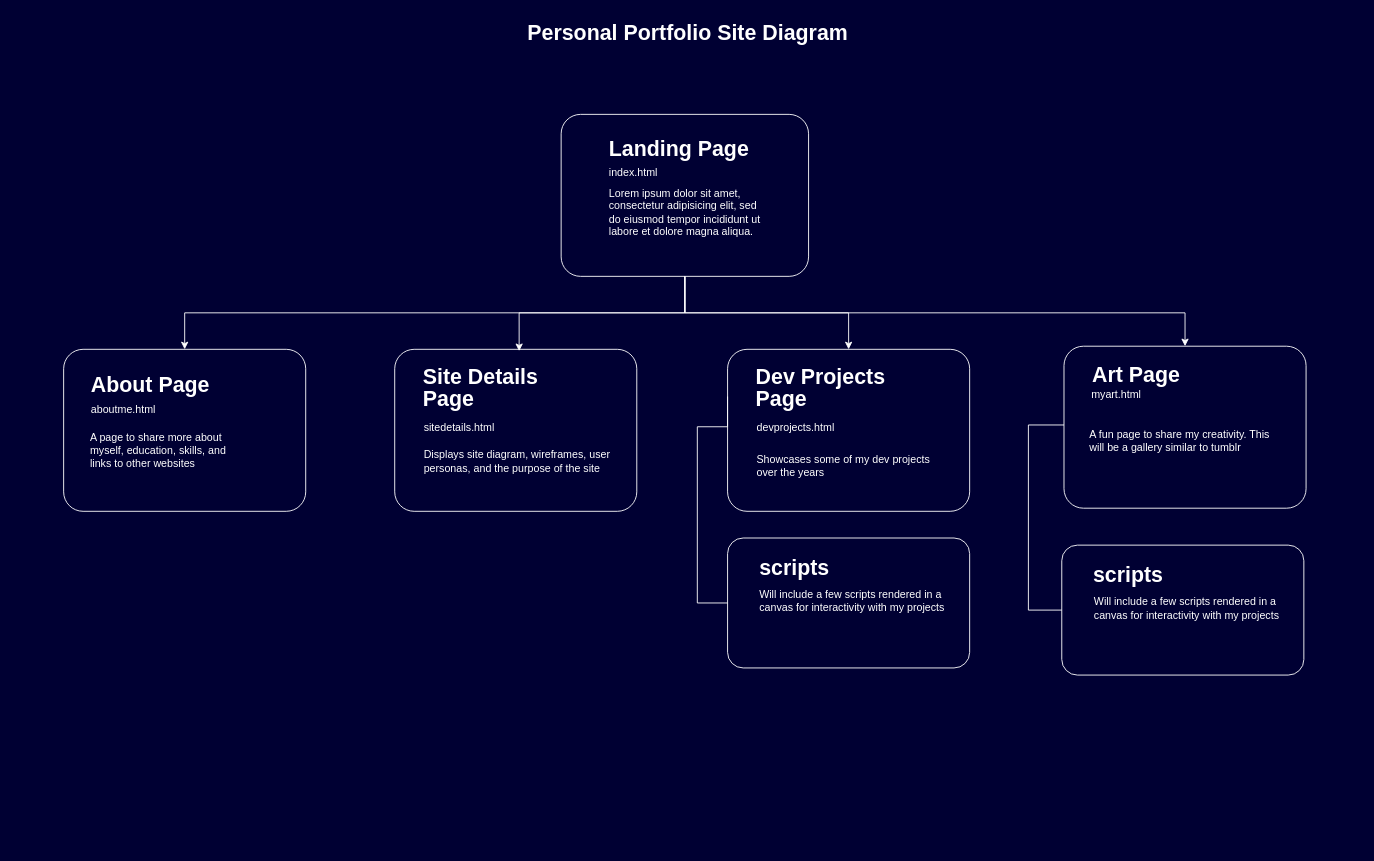
This is SiteDiagram.drawio from will-loves-coding82/PersonalPortfolio, a draw.io file, before an edit. Source tidied: cells renumbered, new cells numbered last; positions are measured from the earlier drawing's top-left corner, leaving out a move shared by most shapes. Both pictures are drawn from the tidied source at 89%, with x=0, y=0 at pixel (15, 15).
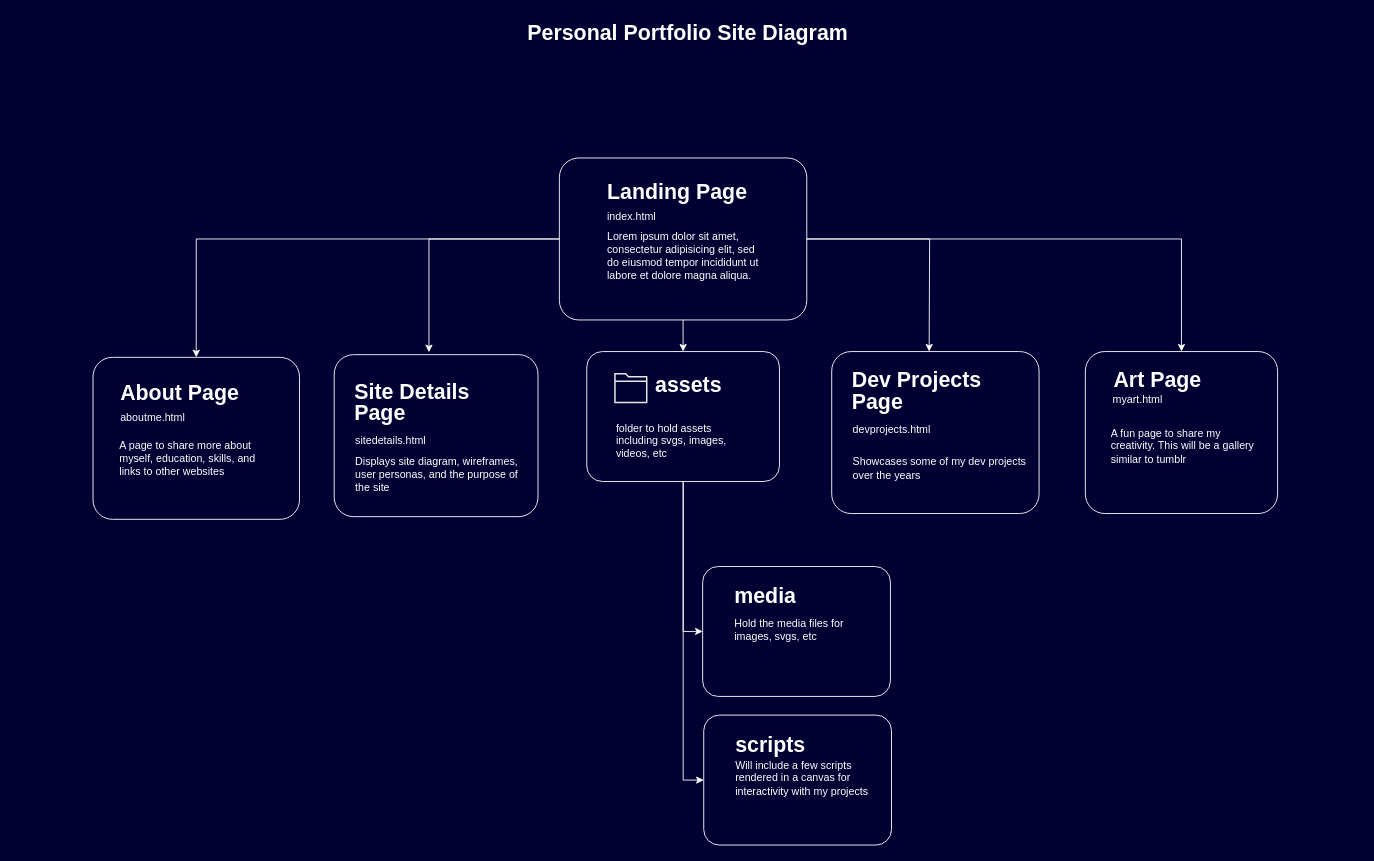
The same diagram, later.

What changed in the source:
```diff
@@
+    <mxCell id="4" style="edgeStyle=orthogonalEdgeStyle;rounded=0;jettySize=auto;html=1;entryX=0.5;entryY=0;entryDx=0;entryDy=0;strokeColor=#FFFFFF;" parent="1" edge="1" source="6" target="17">
+      <mxGeometry relative="1" as="geometry">
+        <Array as="points">
+          <mxPoint x="841" y="250" />
+          <mxPoint x="1247" y="251" />
+        </Array>
+      </mxGeometry>
+    </mxCell>
-    <mxCell id="3" style="edgeStyle=orthogonalEdgeStyle;rounded=0;jettySize=auto;html=1;entryX=0.5;entryY=0;entryDx=0;entryDy=0;exitX=0.5;exitY=1;exitDx=0;exitDy=0;strokeColor=#FFFFFF;" parent="1" edge="1" source="6" target="8">
+    <mxCell id="3" style="edgeStyle=orthogonalEdgeStyle;rounded=0;jettySize=auto;html=1;entryX=0.5;entryY=0;entryDx=0;entryDy=0;strokeColor=#FFFFFF;" parent="1" edge="1" source="6" target="8">
       <mxGeometry relative="1" as="geometry" />
     </mxCell>
-    <mxCell id="4" style="edgeStyle=orthogonalEdgeStyle;rounded=0;jettySize=auto;html=1;entryX=0.5;entryY=0;entryDx=0;entryDy=0;exitX=0.5;exitY=1;exitDx=0;exitDy=0;fontColor=#FFFFFF;strokeColor=#FFFFFF;" parent="1" edge="1" source="6" target="17">
-      <mxGeometry relative="1" as="geometry">
-        <Array as="points">
-          <mxPoint x="752" y="334" />
-          <mxPoint x="1314" y="334" />
-        </Array>
-      </mxGeometry>
-    </mxCell>
-    <mxCell id="5" style="edgeStyle=orthogonalEdgeStyle;rounded=0;jettySize=auto;html=1;entryX=0.5;entryY=0;entryDx=0;entryDy=0;strokeColor=#FFFFFF;" parent="1" edge="1" source="6" target="21">
-      <mxGeometry relative="1" as="geometry" />
-    </mxCell>
+    <mxCell id="14" style="edgeStyle=orthogonalEdgeStyle;rounded=0;jettySize=auto;html=1;entryX=0.465;entryY=-0.015;entryDx=0;entryDy=0;entryPerimeter=0;strokeColor=#FFFFFF;" parent="1" edge="1" source="6" target="12">
+      <mxGeometry relative="1" as="geometry" />
+    </mxCell>
+    <mxCell id="32" style="edgeStyle=orthogonalEdgeStyle;rounded=0;jettySize=auto;html=1;entryX=0.5;entryY=0;entryDx=0;entryDy=0;strokeColor=#FFFFFF;" parent="1" edge="1" source="6">
+      <mxGeometry relative="1" as="geometry">
+        <mxPoint x="1026.5" y="377.5" as="targetPoint" />
+      </mxGeometry>
+    </mxCell>
+    <mxCell id="33" style="edgeStyle=orthogonalEdgeStyle;rounded=0;jettySize=auto;html=1;strokeColor=#FFFFFF;" parent="1" edge="1" source="6" target="36">
+      <mxGeometry relative="1" as="geometry" />
+    </mxCell>
     <mxCell id="6" style="rounded=1;whiteSpace=wrap;html=1;fillColor=none;arcSize=12;strokeColor=#FFFFFF;" parent="1" vertex="1">
-      <mxGeometry x="613" y="111" width="278" height="182" as="geometry" />
+      <mxGeometry x="611" y="160" width="278" height="182" as="geometry" />
     </mxCell>
     <mxCell id="7" value="&lt;p style=&quot;line-height: 70%;&quot;&gt;&lt;/p&gt;&lt;h1 style=&quot;line-height: 60%;&quot;&gt;&lt;font color=&quot;#ffffff&quot;&gt;Landing Page&lt;/font&gt;&lt;/h1&gt;&lt;div style=&quot;line-height: 60%;&quot;&gt;&lt;font color=&quot;#ffffff&quot;&gt;index.html&lt;/font&gt;&lt;/div&gt;&lt;p&gt;&lt;font color=&quot;#ffffff&quot;&gt;Lorem ipsum dolor sit amet, consectetur adipisicing elit, sed do eiusmod tempor incididunt ut labore et dolore magna aliqua.&lt;/font&gt;&lt;/p&gt;&lt;p&gt;&lt;/p&gt;" style="text;html=1;strokeColor=none;fillColor=none;spacing=5;spacingTop=-20;whiteSpace=wrap;overflow=hidden;rounded=0;" parent="1" vertex="1">
-      <mxGeometry x="662" y="137" width="190" height="120" as="geometry" />
+      <mxGeometry x="660" y="186" width="190" height="120" as="geometry" />
     </mxCell>
     <mxCell id="8" style="rounded=1;whiteSpace=wrap;html=1;fillColor=none;arcSize=12;strokeColor=#FFFFFF;" parent="1" vertex="1">
-      <mxGeometry x="54" y="375" width="272" height="182" as="geometry" />
+      <mxGeometry x="87" y="384" width="232" height="182" as="geometry" />
     </mxCell>
     <mxCell id="9" value="&lt;p style=&quot;line-height: 70%;&quot;&gt;&lt;/p&gt;&lt;h1 style=&quot;line-height: 60%;&quot;&gt;&lt;font color=&quot;#ffffff&quot;&gt;About Page&lt;/font&gt;&lt;/h1&gt;&lt;div style=&quot;line-height: 60%;&quot;&gt;&lt;font color=&quot;#ffffff&quot;&gt;aboutme.html&lt;/font&gt;&lt;/div&gt;&lt;p&gt;&lt;br&gt;&lt;/p&gt;&lt;p&gt;&lt;/p&gt;" style="text;html=1;strokeColor=none;fillColor=none;spacing=5;spacingTop=-20;whiteSpace=wrap;overflow=hidden;rounded=0;" parent="1" vertex="1">
-      <mxGeometry x="80" y="402.5" width="190" height="55.5" as="geometry" />
+      <mxGeometry x="113" y="411.5" width="190" height="55.5" as="geometry" />
     </mxCell>
-    <mxCell id="10" style="edgeStyle=orthogonalEdgeStyle;rounded=0;jettySize=auto;html=1;exitX=0;exitY=0.5;exitDx=0;exitDy=0;strokeColor=#FFFFFF;endArrow=none;endFill=0;" parent="1" edge="1" target="11">
-      <mxGeometry relative="1" as="geometry">
-        <mxPoint x="800" y="428" as="sourcePoint" />
-        <Array as="points">
-          <mxPoint x="800" y="462" />
-          <mxPoint x="766" y="462" />
-          <mxPoint x="766" y="660" />
-        </Array>
-      </mxGeometry>
-    </mxCell>
     <mxCell id="11" style="rounded=1;whiteSpace=wrap;html=1;fillColor=none;arcSize=12;strokeColor=#FFFFFF;" parent="1" vertex="1">
-      <mxGeometry x="800" y="587" width="272" height="146" as="geometry" />
+      <mxGeometry x="772" y="619" width="211" height="146" as="geometry" />
     </mxCell>
     <mxCell id="12" style="rounded=1;whiteSpace=wrap;html=1;fillColor=none;arcSize=12;strokeColor=#FFFFFF;" parent="1" vertex="1">
-      <mxGeometry x="426" y="375" width="272" height="182" as="geometry" />
+      <mxGeometry x="358" y="381" width="229" height="182" as="geometry" />
     </mxCell>
     <mxCell id="13" value="&lt;p style=&quot;line-height: 70%;&quot;&gt;&lt;/p&gt;&lt;h1 style=&quot;line-height: 100%;&quot;&gt;&lt;font color=&quot;#ffffff&quot;&gt;Site Details Page&lt;/font&gt;&lt;/h1&gt;&lt;p&gt;&lt;/p&gt;" style="text;html=1;strokeColor=none;fillColor=none;spacing=5;spacingTop=-20;whiteSpace=wrap;overflow=hidden;rounded=0;" parent="1" vertex="1">
-      <mxGeometry x="452.5" y="389" width="195" height="63" as="geometry" />
+      <mxGeometry x="376" y="404.5" width="195" height="63" as="geometry" />
     </mxCell>
-    <mxCell id="14" style="edgeStyle=orthogonalEdgeStyle;rounded=0;jettySize=auto;html=1;exitX=0.5;exitY=1;exitDx=0;exitDy=0;entryX=0.514;entryY=0.011;entryDx=0;entryDy=0;entryPerimeter=0;strokeColor=#FFFFFF;" parent="1" edge="1" source="6" target="12">
-      <mxGeometry relative="1" as="geometry" />
-    </mxCell>
     <mxCell id="15" value="&lt;font color=&quot;#ffffff&quot;&gt;Displays site diagram, wireframes, user personas, and the purpose of the site&lt;/font&gt;" style="text;html=1;strokeColor=none;fillColor=none;align=left;verticalAlign=middle;whiteSpace=wrap;rounded=0;" parent="1" vertex="1">
-      <mxGeometry x="456.5" y="484" width="214" height="33" as="geometry" />
+      <mxGeometry x="380" y="499.5" width="197" height="33" as="geometry" />
     </mxCell>
     <mxCell id="16" value="&lt;font color=&quot;#ffffff&quot;&gt;sitedetails.html&lt;/font&gt;" style="text;html=1;strokeColor=none;fillColor=none;align=left;verticalAlign=middle;whiteSpace=wrap;rounded=0;" parent="1" vertex="1">
-      <mxGeometry x="456.5" y="452" width="93" height="21" as="geometry" />
+      <mxGeometry x="380" y="467.5" width="93" height="21" as="geometry" />
     </mxCell>
     <mxCell id="17" style="rounded=1;whiteSpace=wrap;html=1;fillColor=none;arcSize=12;strokeColor=#FFFFFF;" parent="1" vertex="1">
-      <mxGeometry x="1178" y="371.5" width="272" height="182" as="geometry" />
+      <mxGeometry x="1202" y="377.5" width="216" height="182" as="geometry" />
     </mxCell>
     <mxCell id="18" value="&lt;p style=&quot;line-height: 70%;&quot;&gt;&lt;/p&gt;&lt;h1 style=&quot;line-height: 100%;&quot;&gt;&lt;font color=&quot;#ffffff&quot;&gt;Art Page&lt;/font&gt;&lt;/h1&gt;&lt;p&gt;&lt;/p&gt;" style="text;html=1;strokeColor=none;fillColor=none;spacing=5;spacingTop=-20;whiteSpace=wrap;overflow=hidden;rounded=0;" parent="1" vertex="1">
-      <mxGeometry x="1204.5" y="385.5" width="195" height="38.5" as="geometry" />
+      <mxGeometry x="1228.5" y="391.5" width="195" height="38.5" as="geometry" />
     </mxCell>
     <mxCell id="19" value="&lt;font color=&quot;#ffffff&quot;&gt;A fun page to share my creativity. This will be a gallery similar to tumblr&lt;/font&gt;" style="text;html=1;strokeColor=none;fillColor=none;align=left;verticalAlign=middle;whiteSpace=wrap;rounded=0;" parent="1" vertex="1">
-      <mxGeometry x="1204.5" y="452" width="214" height="52" as="geometry" />
+      <mxGeometry x="1228.5" y="458" width="171.5" height="52" as="geometry" />
     </mxCell>
     <mxCell id="20" value="&lt;font color=&quot;#ffffff&quot;&gt;myart.html&lt;/font&gt;" style="text;html=1;strokeColor=none;fillColor=none;align=left;verticalAlign=middle;whiteSpace=wrap;rounded=0;" parent="1" vertex="1">
-      <mxGeometry x="1207" y="415" width="93" height="21" as="geometry" />
+      <mxGeometry x="1231" y="421" width="93" height="21" as="geometry" />
     </mxCell>
     <mxCell id="21" style="rounded=1;whiteSpace=wrap;html=1;fillColor=none;arcSize=12;strokeColor=#FFFFFF;" parent="1" vertex="1">
-      <mxGeometry x="800" y="375" width="272" height="182" as="geometry" />
+      <mxGeometry x="917" y="377.5" width="233" height="182" as="geometry" />
     </mxCell>
     <mxCell id="22" value="&lt;p style=&quot;line-height: 70%;&quot;&gt;&lt;/p&gt;&lt;h1 style=&quot;line-height: 100%;&quot;&gt;&lt;span style=&quot;color: rgb(255, 255, 255); background-color: initial;&quot;&gt;Dev Projects Page&lt;/span&gt;&lt;/h1&gt;&lt;h1 style=&quot;line-height: 60%;&quot;&gt;&lt;br&gt;&lt;/h1&gt;&lt;p&gt;&lt;/p&gt;" style="text;html=1;strokeColor=none;fillColor=none;spacing=5;spacingTop=-20;whiteSpace=wrap;overflow=hidden;rounded=0;" parent="1" vertex="1">
-      <mxGeometry x="826.5" y="389" width="195" height="63" as="geometry" />
+      <mxGeometry x="934.5" y="391.5" width="195" height="63" as="geometry" />
     </mxCell>
     <mxCell id="23" value="&lt;font color=&quot;#ffffff&quot;&gt;Showcases some of my dev projects over the years&lt;/font&gt;" style="text;html=1;strokeColor=none;fillColor=none;align=left;verticalAlign=middle;whiteSpace=wrap;rounded=0;" parent="1" vertex="1">
-      <mxGeometry x="830.5" y="480" width="214" height="52" as="geometry" />
+      <mxGeometry x="938.5" y="482.5" width="214" height="52" as="geometry" />
     </mxCell>
     <mxCell id="24" value="&lt;font color=&quot;#ffffff&quot;&gt;devprojects.html&lt;/font&gt;" style="text;html=1;strokeColor=none;fillColor=none;align=left;verticalAlign=middle;whiteSpace=wrap;rounded=0;" parent="1" vertex="1">
-      <mxGeometry x="830.5" y="452" width="93" height="21" as="geometry" />
+      <mxGeometry x="938.5" y="454.5" width="93" height="21" as="geometry" />
     </mxCell>
-    <mxCell id="25" value="&lt;p style=&quot;line-height: 70%;&quot;&gt;&lt;/p&gt;&lt;h1 style=&quot;line-height: 100%;&quot;&gt;&lt;font color=&quot;#ffffff&quot;&gt;scripts&lt;/font&gt;&lt;/h1&gt;&lt;p&gt;&lt;/p&gt;" style="text;html=1;strokeColor=none;fillColor=none;spacing=5;spacingTop=-20;whiteSpace=wrap;overflow=hidden;rounded=0;" parent="1" vertex="1">
-      <mxGeometry x="830.5" y="603" width="195" height="33" as="geometry" />
+    <mxCell id="25" value="&lt;p style=&quot;line-height: 70%;&quot;&gt;&lt;/p&gt;&lt;h1 style=&quot;line-height: 100%;&quot;&gt;&lt;font color=&quot;#ffffff&quot;&gt;media&lt;/font&gt;&lt;/h1&gt;&lt;p&gt;&lt;/p&gt;" style="text;html=1;strokeColor=none;fillColor=none;spacing=5;spacingTop=-20;whiteSpace=wrap;overflow=hidden;rounded=0;" parent="1" vertex="1">
+      <mxGeometry x="802.5" y="635" width="101.5" height="33" as="geometry" />
     </mxCell>
-    <mxCell id="26" value="&lt;font color=&quot;#ffffff&quot;&gt;Will include a few scripts rendered in a canvas for interactivity with my projects&lt;/font&gt;" style="text;html=1;strokeColor=none;fillColor=none;align=left;verticalAlign=middle;whiteSpace=wrap;rounded=0;" parent="1" vertex="1">
-      <mxGeometry x="834" y="632" width="214" height="52" as="geometry" />
+    <mxCell id="26" value="&lt;font color=&quot;#ffffff&quot;&gt;Hold the media files for images, svgs, etc&lt;/font&gt;" style="text;html=1;strokeColor=none;fillColor=none;align=left;verticalAlign=middle;whiteSpace=wrap;rounded=0;" parent="1" vertex="1">
+      <mxGeometry x="806" y="664" width="160" height="52" as="geometry" />
     </mxCell>
-    <mxCell id="27" style="edgeStyle=orthogonalEdgeStyle;rounded=0;jettySize=auto;html=1;strokeColor=#FFFFFF;endArrow=none;endFill=0;entryX=0;entryY=0.5;entryDx=0;entryDy=0;" parent="1" edge="1" target="28">
-      <mxGeometry relative="1" as="geometry">
-        <mxPoint x="1178" y="460" as="sourcePoint" />
-        <Array as="points">
-          <mxPoint x="1138" y="460" />
-          <mxPoint x="1138" y="668" />
-        </Array>
-      </mxGeometry>
-    </mxCell>
-    <mxCell id="28" style="rounded=1;whiteSpace=wrap;html=1;fillColor=none;arcSize=12;strokeColor=#FFFFFF;" parent="1" vertex="1">
-      <mxGeometry x="1175.5" y="595" width="272" height="146" as="geometry" />
-    </mxCell>
+    <mxCell id="31" value="&lt;font color=&quot;#ffffff&quot;&gt;A page to share more about myself, education, skills, and links to other websites&lt;/font&gt;" style="text;html=1;strokeColor=none;fillColor=none;align=left;verticalAlign=middle;whiteSpace=wrap;rounded=0;" parent="1" vertex="1">
+      <mxGeometry x="115" y="483" width="166" height="30" as="geometry" />
+    </mxCell>
+    <mxCell id="34" style="edgeStyle=orthogonalEdgeStyle;rounded=0;jettySize=auto;html=1;entryX=0;entryY=0.5;entryDx=0;entryDy=0;strokeColor=#FFFFFF;" parent="1" edge="1" source="36" target="40">
+      <mxGeometry relative="1" as="geometry" />
+    </mxCell>
+    <mxCell id="35" style="edgeStyle=orthogonalEdgeStyle;rounded=0;jettySize=auto;html=1;entryX=0;entryY=0.5;entryDx=0;entryDy=0;strokeColor=#FFFFFF;" parent="1" edge="1" source="36" target="11">
+      <mxGeometry relative="1" as="geometry" />
+    </mxCell>
+    <mxCell id="36" style="rounded=1;whiteSpace=wrap;html=1;fillColor=none;arcSize=12;strokeColor=#FFFFFF;" parent="1" vertex="1">
+      <mxGeometry x="641.8" y="377.5" width="216.5" height="146" as="geometry" />
+    </mxCell>
+    <mxCell id="37" style="sketch=0;fontColor=#232F3E;gradientColor=none;fillColor=#E6E6E6;strokeColor=none;dashed=0;verticalLabelPosition=bottom;verticalAlign=top;align=center;html=1;fontSize=12;fontStyle=0;shape=mxgraph.aws4.folder;" parent="1" vertex="1">
+      <mxGeometry x="672.6" y="401.5" width="37.4" height="34" as="geometry" />
+    </mxCell>
+    <mxCell id="38" value="&lt;p style=&quot;line-height: 70%;&quot;&gt;&lt;/p&gt;&lt;h1 style=&quot;line-height: 100%;&quot;&gt;&lt;font color=&quot;#ffffff&quot;&gt;assets&lt;/font&gt;&lt;/h1&gt;&lt;p&gt;&lt;/p&gt;" style="text;html=1;strokeColor=none;fillColor=none;spacing=5;spacingTop=-20;whiteSpace=wrap;overflow=hidden;rounded=0;" parent="1" vertex="1">
+      <mxGeometry x="714" y="398.2" width="85" height="40.5" as="geometry" />
+    </mxCell>
+    <mxCell id="39" value="&lt;font color=&quot;#ffffff&quot;&gt;folder to hold assets including svgs, images, videos, etc&lt;/font&gt;" style="text;html=1;strokeColor=none;fillColor=none;align=left;verticalAlign=middle;whiteSpace=wrap;rounded=0;" parent="1" vertex="1">
+      <mxGeometry x="672.6" y="457.8" width="144" height="40.5" as="geometry" />
+    </mxCell>
+    <mxCell id="40" style="rounded=1;whiteSpace=wrap;html=1;fillColor=none;arcSize=12;strokeColor=#FFFFFF;" parent="1" vertex="1">
+      <mxGeometry x="773.2" y="786" width="211" height="146" as="geometry" />
+    </mxCell>
     <mxCell id="29" value="&lt;p style=&quot;line-height: 70%;&quot;&gt;&lt;/p&gt;&lt;h1 style=&quot;line-height: 100%;&quot;&gt;&lt;font color=&quot;#ffffff&quot;&gt;scripts&lt;/font&gt;&lt;/h1&gt;&lt;p&gt;&lt;/p&gt;" style="text;html=1;strokeColor=none;fillColor=none;spacing=5;spacingTop=-20;whiteSpace=wrap;overflow=hidden;rounded=0;" parent="1" vertex="1">
-      <mxGeometry x="1206" y="611" width="195" height="33" as="geometry" />
+      <mxGeometry x="803.8" y="802" width="195" height="33" as="geometry" />
     </mxCell>
     <mxCell id="30" value="&lt;font color=&quot;#ffffff&quot;&gt;Will include a few scripts rendered in a canvas for interactivity with my projects&lt;/font&gt;" style="text;html=1;strokeColor=none;fillColor=none;align=left;verticalAlign=middle;whiteSpace=wrap;rounded=0;" parent="1" vertex="1">
-      <mxGeometry x="1209.5" y="640" width="214" height="52" as="geometry" />
+      <mxGeometry x="807.2" y="831" width="160" height="52" as="geometry" />
     </mxCell>
-    <mxCell id="31" value="&lt;font color=&quot;#ffffff&quot;&gt;A page to share more about myself, education, skills, and links to other websites&lt;/font&gt;" style="text;html=1;strokeColor=none;fillColor=none;align=left;verticalAlign=middle;whiteSpace=wrap;rounded=0;" parent="1" vertex="1">
-      <mxGeometry x="82" y="474" width="166" height="30" as="geometry" />
-    </mxCell>
```
